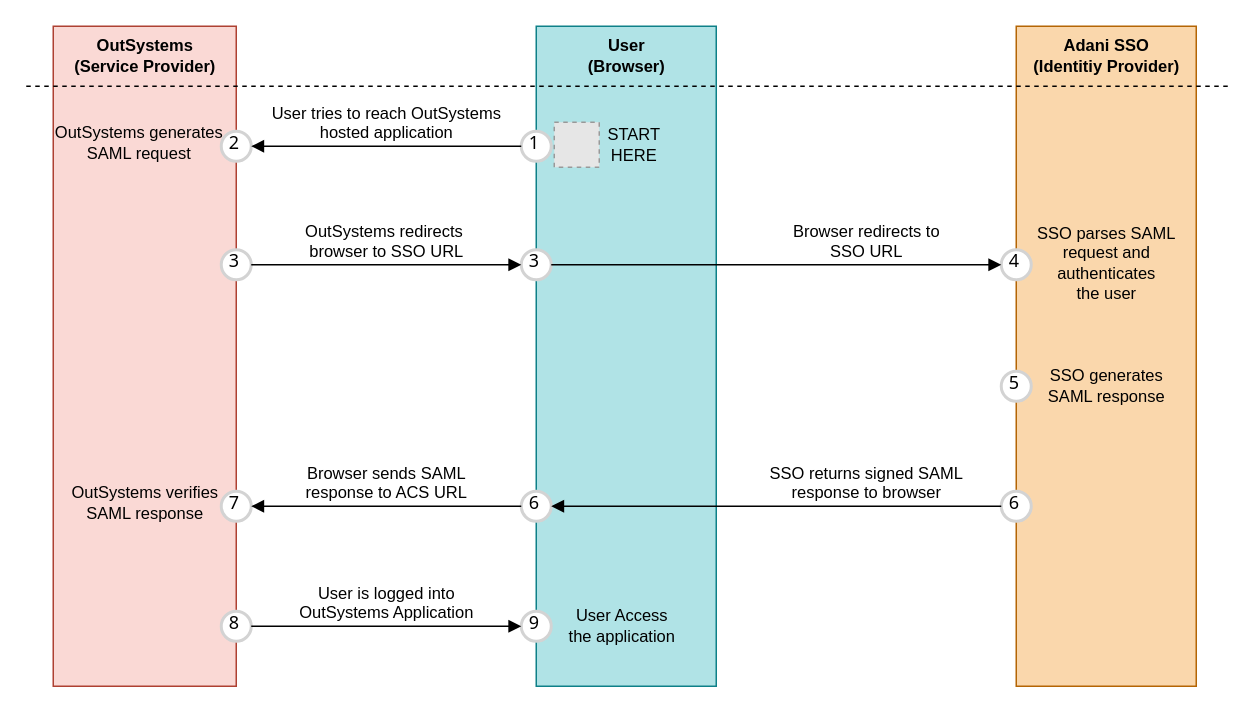
akshaypuri1989/cordova-plugin-vuforia-sdk-v1 keeps this draw.io diagram as page "SSO Integration" (2 of 2) of docs/Integrations.drawio. Above is the earlier version. Source tidied: cells renumbered, new cells numbered last; positions are measured from the earlier drawing's top-left corner, leaving out a move shared by most shapes. Both pictures are drawn from the tidied source at 150%, with x=0, y=0 at pixel (26, 26). Pictures stored in the file or linked from it are replaced by grey dashed boxes.
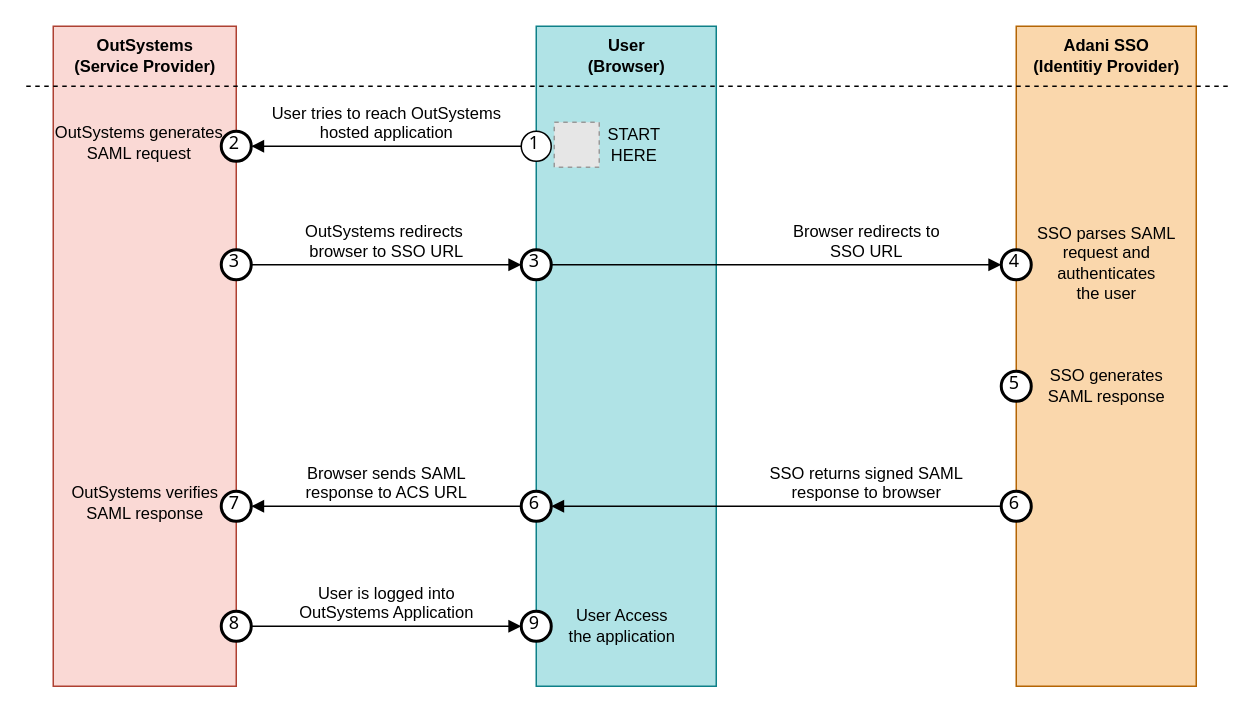
After the change.

The change refers to these unchanged cells:
```xml
<mxCell id="11" style="shape=umlLifeline;perimeter=lifelinePerimeter;whiteSpace=wrap;html=1;rounded=0;shadow=0;comic=0;labelBackgroundColor=none;strokeWidth=1;fontFamily=Verdana;fontSize=10;align=center;size=680;fillColor=#fad9d5;strokeColor=#ae4132;" parent="1" vertex="1">
  <mxGeometry x="18" width="122" height="440" as="geometry" />
</mxCell>
```

Change to the diagram source:
```diff
@@
-    <mxCell id="13" value="2" style="ellipse;whiteSpace=wrap;html=1;strokeWidth=2;fontFamily=Tahoma;spacingBottom=4;spacingRight=2;strokeColor=#d3d3d3;rounded=0;" parent="11" vertex="1">
+    <mxCell id="13" value="2" style="ellipse;whiteSpace=wrap;html=1;strokeWidth=2;fontFamily=Tahoma;spacingBottom=4;spacingRight=2;rounded=0;" parent="11" vertex="1">
       <mxGeometry x="112" y="70" width="20" height="20" as="geometry" />
     </mxCell>
-    <mxCell id="14" value="3" style="ellipse;whiteSpace=wrap;html=1;strokeWidth=2;fontFamily=Tahoma;spacingBottom=4;spacingRight=2;strokeColor=#d3d3d3;rounded=0;" parent="11" vertex="1">
+    <mxCell id="14" value="3" style="ellipse;whiteSpace=wrap;html=1;strokeWidth=2;fontFamily=Tahoma;spacingBottom=4;spacingRight=2;rounded=0;" parent="11" vertex="1">
       <mxGeometry x="112" y="149" width="20" height="20" as="geometry" />
     </mxCell>
@@
-    <mxCell id="18" value="1" style="ellipse;whiteSpace=wrap;html=1;strokeWidth=2;fontFamily=Tahoma;spacingBottom=4;spacingRight=2;strokeColor=#d3d3d3;rounded=0;" parent="1" vertex="1">
+    <mxCell id="18" value="1" style="ellipse;whiteSpace=wrap;html=1;strokeWidth=1;fontFamily=Tahoma;spacingBottom=4;spacingRight=2;rounded=0;labelBorderColor=none;" parent="1" vertex="1">
       <mxGeometry x="330" y="70" width="20" height="20" as="geometry" />
     </mxCell>
-    <mxCell id="19" value="4" style="ellipse;whiteSpace=wrap;html=1;strokeWidth=2;fontFamily=Tahoma;spacingBottom=4;spacingRight=2;strokeColor=#d3d3d3;rounded=0;" parent="1" vertex="1">
+    <mxCell id="19" value="4" style="ellipse;whiteSpace=wrap;html=1;strokeWidth=2;fontFamily=Tahoma;spacingBottom=4;spacingRight=2;rounded=0;" parent="1" vertex="1">
       <mxGeometry x="650" y="149" width="20" height="20" as="geometry" />
     </mxCell>
-    <mxCell id="20" value="3" style="ellipse;whiteSpace=wrap;html=1;strokeWidth=2;fontFamily=Tahoma;spacingBottom=4;spacingRight=2;strokeColor=#d3d3d3;rounded=0;" parent="1" vertex="1">
+    <mxCell id="20" value="3" style="ellipse;whiteSpace=wrap;html=1;strokeWidth=2;fontFamily=Tahoma;spacingBottom=4;spacingRight=2;rounded=0;" parent="1" vertex="1">
       <mxGeometry x="330" y="149" width="20" height="20" as="geometry" />
     </mxCell>
-    <mxCell id="21" value="5" style="ellipse;whiteSpace=wrap;html=1;strokeWidth=2;fontFamily=Tahoma;spacingBottom=4;spacingRight=2;strokeColor=#d3d3d3;rounded=0;" parent="1" vertex="1">
+    <mxCell id="21" value="5" style="ellipse;whiteSpace=wrap;html=1;strokeWidth=2;fontFamily=Tahoma;spacingBottom=4;spacingRight=2;rounded=0;" parent="1" vertex="1">
       <mxGeometry x="650" y="230" width="20" height="20" as="geometry" />
     </mxCell>
-    <mxCell id="22" value="6" style="ellipse;whiteSpace=wrap;html=1;strokeWidth=2;fontFamily=Tahoma;spacingBottom=4;spacingRight=2;strokeColor=#d3d3d3;rounded=0;" parent="1" vertex="1">
+    <mxCell id="22" value="6" style="ellipse;whiteSpace=wrap;html=1;strokeWidth=2;fontFamily=Tahoma;spacingBottom=4;spacingRight=2;rounded=0;" parent="1" vertex="1">
       <mxGeometry x="650" y="310" width="20" height="20" as="geometry" />
     </mxCell>
-    <mxCell id="23" value="6" style="ellipse;whiteSpace=wrap;html=1;strokeWidth=2;fontFamily=Tahoma;spacingBottom=4;spacingRight=2;strokeColor=#d3d3d3;rounded=0;" parent="1" vertex="1">
+    <mxCell id="23" value="6" style="ellipse;whiteSpace=wrap;html=1;strokeWidth=2;fontFamily=Tahoma;spacingBottom=4;spacingRight=2;rounded=0;" parent="1" vertex="1">
       <mxGeometry x="330" y="310" width="20" height="20" as="geometry" />
     </mxCell>
-    <mxCell id="24" value="9" style="ellipse;whiteSpace=wrap;html=1;strokeWidth=2;fontFamily=Tahoma;spacingBottom=4;spacingRight=2;strokeColor=#d3d3d3;rounded=0;" parent="1" vertex="1">
+    <mxCell id="24" value="9" style="ellipse;whiteSpace=wrap;html=1;strokeWidth=2;fontFamily=Tahoma;spacingBottom=4;spacingRight=2;rounded=0;" parent="1" vertex="1">
       <mxGeometry x="330" y="390" width="20" height="20" as="geometry" />
     </mxCell>
-    <mxCell id="25" value="7" style="ellipse;whiteSpace=wrap;html=1;strokeWidth=2;fontFamily=Tahoma;spacingBottom=4;spacingRight=2;strokeColor=#d3d3d3;rounded=0;" parent="1" vertex="1">
+    <mxCell id="25" value="7" style="ellipse;whiteSpace=wrap;html=1;strokeWidth=2;fontFamily=Tahoma;spacingBottom=4;spacingRight=2;rounded=0;" parent="1" vertex="1">
       <mxGeometry x="130" y="310" width="20" height="20" as="geometry" />
     </mxCell>
-    <mxCell id="26" value="8" style="ellipse;whiteSpace=wrap;html=1;strokeWidth=2;fontFamily=Tahoma;spacingBottom=4;spacingRight=2;strokeColor=#d3d3d3;rounded=0;" parent="1" vertex="1">
+    <mxCell id="26" value="8" style="ellipse;whiteSpace=wrap;html=1;strokeWidth=2;fontFamily=Tahoma;spacingBottom=4;spacingRight=2;rounded=0;" parent="1" vertex="1">
       <mxGeometry x="130" y="390" width="20" height="20" as="geometry" />
     </mxCell>
```
